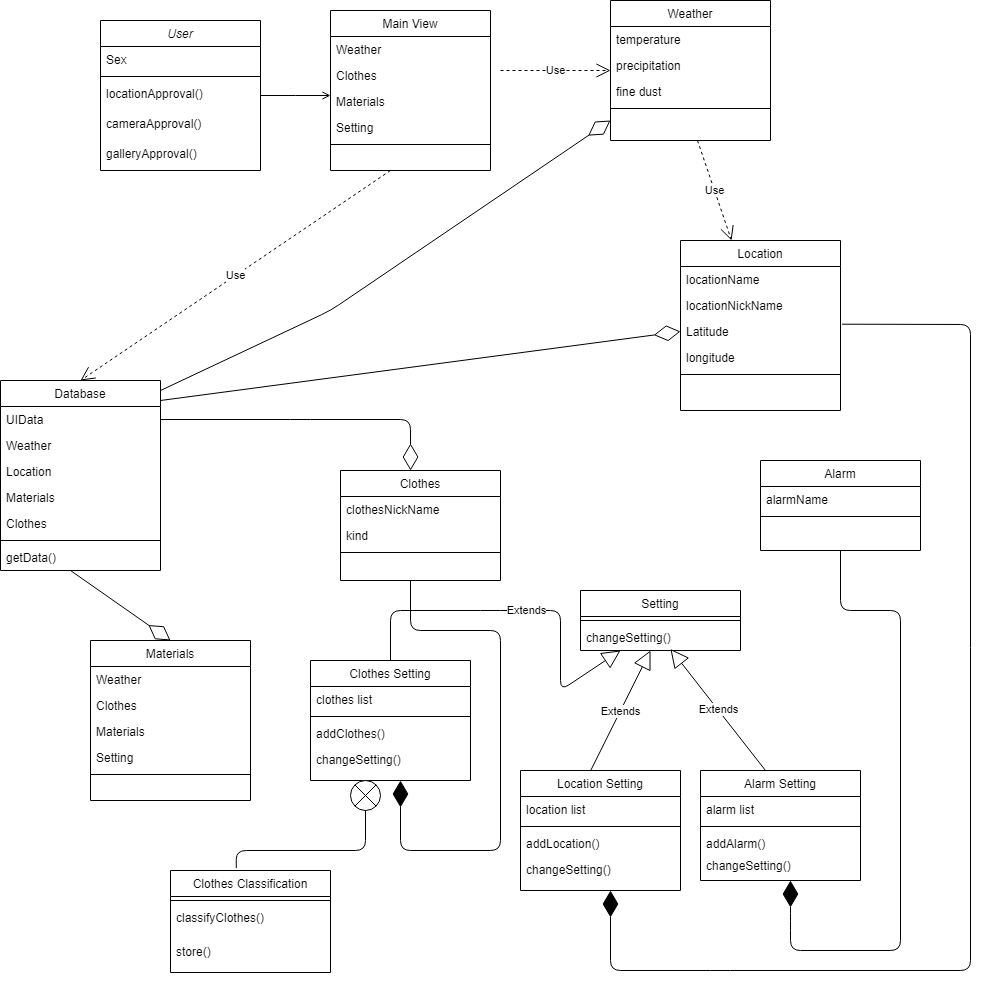
kong430/Moning-diagram keeps this draw.io diagram as class1.png. Above is the earlier version. Source tidied: cells renumbered, new cells last; positions are measured from the earlier drawing's top-left corner, leaving out a move shared by most shapes.
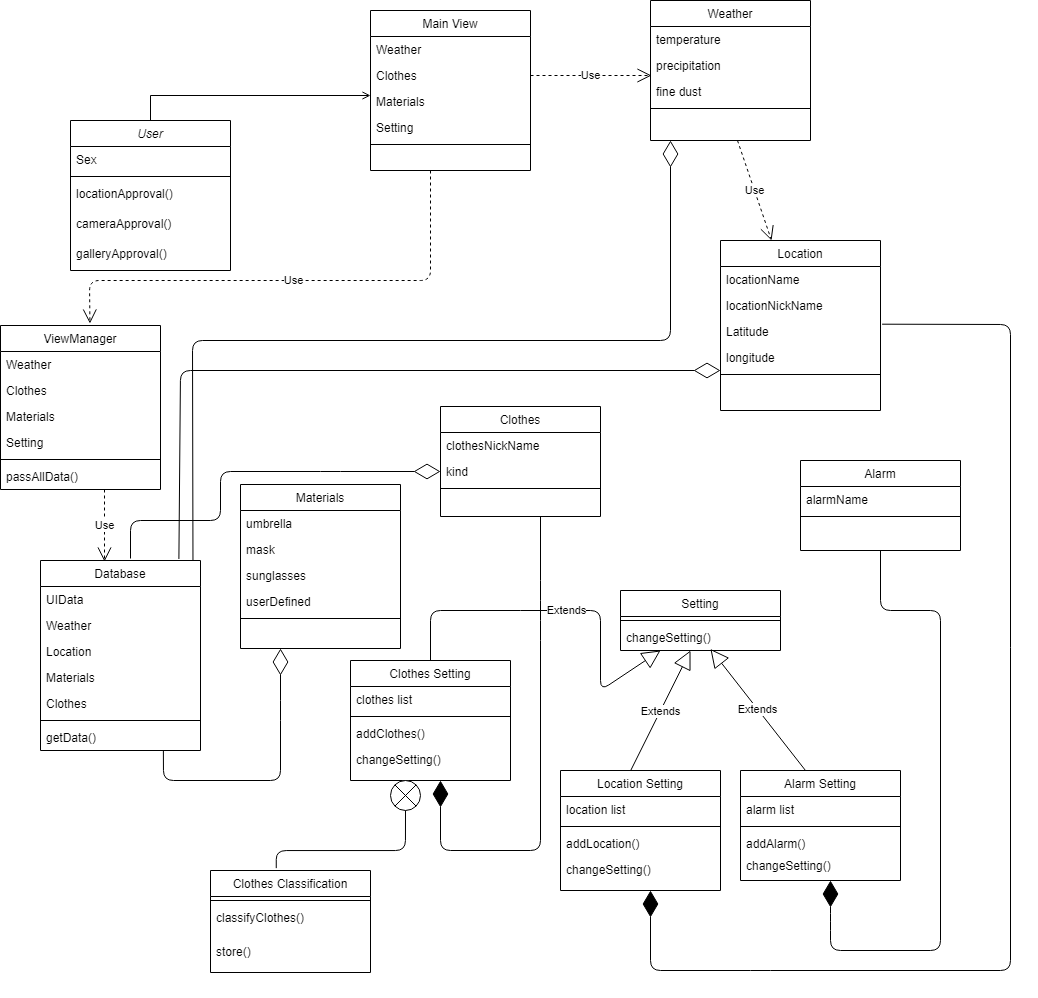
The same file after the commit.

Change to the diagram source:
```diff
@@ -3,7 +3,7 @@
     <mxCell id="0" />
     <mxCell id="1" parent="0" />
     <mxCell id="2" value="User" style="swimlane;fontStyle=2;align=center;verticalAlign=top;horizontal=1;startSize=26;rounded=0;shadow=0;strokeWidth=1;" parent="1" vertex="1">
-      <mxGeometry x="100" y="20" width="160" height="150" as="geometry" />
+      <mxGeometry x="30" y="120" width="160" height="150" as="geometry" />
     </mxCell>
     <mxCell id="3" value="Sex" style="text;align=left;verticalAlign=top;spacingLeft=4;spacingRight=4;overflow=hidden;" parent="2" vertex="1">
       <mxGeometry y="26" width="160" height="26" as="geometry" />
@@ -41,11 +41,14 @@
     <mxCell id="14" style="endArrow=open;shadow=0;strokeWidth=1;rounded=0;endFill=1;edgeStyle=elbowEdgeStyle;elbow=vertical;" parent="1" edge="1" source="2">
       <mxGeometry x="0.5" y="41" relative="1" as="geometry">
         <mxPoint x="330" y="95" as="targetPoint" />
+        <Array as="points">
+          <mxPoint x="200" y="95" />
+        </Array>
         <mxPoint x="-40" y="32" as="offset" />
       </mxGeometry>
     </mxCell>
     <mxCell id="15" value="Clothes" style="swimlane;fontStyle=0;align=center;verticalAlign=top;horizontal=1;startSize=26;rounded=0;shadow=0;strokeWidth=1;" parent="1" vertex="1">
-      <mxGeometry x="340" y="470" width="160" height="110" as="geometry" />
+      <mxGeometry x="400" y="406" width="160" height="110" as="geometry" />
     </mxCell>
     <mxCell id="16" value="clothesNickName" style="text;align=left;verticalAlign=top;spacingLeft=4;spacingRight=4;overflow=hidden;" parent="15" vertex="1">
       <mxGeometry y="26" width="160" height="26" as="geometry" />
@@ -88,12 +91,6 @@
     <mxCell id="28" value="precipitation" style="text;align=left;verticalAlign=top;spacingLeft=4;spacingRight=4;overflow=hidden;points=[[0,0.5],[1,0.5]];portConstraint=eastwest;rounded=0;shadow=0;html=0;" parent="26" vertex="1">
       <mxGeometry y="52" width="160" height="26" as="geometry" />
     </mxCell>
-    <mxCell id="29" value="Use" style="endArrow=open;endSize=12;dashed=1;html=1;" parent="26" edge="1">
-      <mxGeometry relative="1" as="geometry">
-        <mxPoint x="-110" y="70" as="sourcePoint" />
-        <mxPoint y="70" as="targetPoint" />
-      </mxGeometry>
-    </mxCell>
     <mxCell id="30" value="fine dust" style="text;align=left;verticalAlign=top;spacingLeft=4;spacingRight=4;overflow=hidden;rounded=0;shadow=0;html=0;" parent="26" vertex="1">
       <mxGeometry y="78" width="160" height="26" as="geometry" />
     </mxCell>
@@ -101,26 +98,30 @@
       <mxGeometry y="104" width="160" height="8" as="geometry" />
     </mxCell>
     <mxCell id="32" value="Materials" style="swimlane;fontStyle=0;align=center;verticalAlign=top;horizontal=1;startSize=26;rounded=0;shadow=0;strokeWidth=1;" parent="1" vertex="1">
-      <mxGeometry x="90" y="640" width="160" height="160" as="geometry" />
+      <mxGeometry x="200" y="484" width="160" height="164" as="geometry" />
     </mxCell>
-    <mxCell id="33" value="Weather" style="text;align=left;verticalAlign=top;spacingLeft=4;spacingRight=4;overflow=hidden;" parent="32" vertex="1">
+    <mxCell id="33" value="umbrella" style="text;align=left;verticalAlign=top;spacingLeft=4;spacingRight=4;overflow=hidden;" parent="32" vertex="1">
       <mxGeometry y="26" width="160" height="26" as="geometry" />
     </mxCell>
-    <mxCell id="34" value="Clothes" style="text;align=left;verticalAlign=top;spacingLeft=4;spacingRight=4;overflow=hidden;rounded=0;shadow=0;html=0;" parent="32" vertex="1">
+    <mxCell id="34" value="mask" style="text;align=left;verticalAlign=top;spacingLeft=4;spacingRight=4;overflow=hidden;rounded=0;shadow=0;html=0;" parent="32" vertex="1">
       <mxGeometry y="52" width="160" height="26" as="geometry" />
     </mxCell>
-    <mxCell id="35" value="Materials" style="text;align=left;verticalAlign=top;spacingLeft=4;spacingRight=4;overflow=hidden;rounded=0;shadow=0;html=0;" parent="32" vertex="1">
+    <mxCell id="35" value="sunglasses" style="text;align=left;verticalAlign=top;spacingLeft=4;spacingRight=4;overflow=hidden;rounded=0;shadow=0;html=0;" parent="32" vertex="1">
       <mxGeometry y="78" width="160" height="26" as="geometry" />
     </mxCell>
-    <mxCell id="36" value="Setting" style="text;align=left;verticalAlign=top;spacingLeft=4;spacingRight=4;overflow=hidden;rounded=0;shadow=0;html=0;" parent="32" vertex="1">
+    <mxCell id="36" value="userDefined" style="text;align=left;verticalAlign=top;spacingLeft=4;spacingRight=4;overflow=hidden;rounded=0;shadow=0;html=0;" parent="32" vertex="1">
       <mxGeometry y="104" width="160" height="26" as="geometry" />
     </mxCell>
     <mxCell id="37" style="line;html=1;strokeWidth=1;align=left;verticalAlign=middle;spacingTop=-1;spacingLeft=3;spacingRight=3;labelPosition=right;" parent="32" vertex="1">
       <mxGeometry y="130" width="160" height="8" as="geometry" />
     </mxCell>
-    <mxCell id="38" value="Use" style="endArrow=open;endSize=12;dashed=1;html=1;entryX=0.5;entryY=0;entryDx=0;entryDy=0;" parent="1" edge="1" target="72">
+    <mxCell id="38" value="Use" style="endArrow=open;endSize=12;dashed=1;html=1;entryX=0.559;entryY=-0.012;entryDx=0;entryDy=0;entryPerimeter=0;" parent="1" edge="1" target="84">
       <mxGeometry relative="1" as="geometry">
         <mxPoint x="390" y="170" as="sourcePoint" />
+        <Array as="points">
+          <mxPoint x="390" y="280" />
+          <mxPoint x="49" y="280" />
+        </Array>
       </mxGeometry>
     </mxCell>
     <mxCell id="39" value="Setting" style="swimlane;fontStyle=0;align=center;verticalAlign=top;horizontal=1;startSize=26;rounded=0;shadow=0;strokeWidth=1;" parent="1" vertex="1">
@@ -221,10 +222,10 @@
     </mxCell>
     <mxCell id="64" style="endArrow=diamondThin;endFill=1;endSize=24;html=1;" parent="1" edge="1">
       <mxGeometry relative="1" as="geometry">
-        <mxPoint x="410" y="580" as="sourcePoint" />
+        <mxPoint x="500" y="516" as="sourcePoint" />
         <mxPoint x="400" y="780" as="targetPoint" />
         <Array as="points">
-          <mxPoint x="410" y="630" />
+          <mxPoint x="500" y="590" />
           <mxPoint x="500" y="630" />
           <mxPoint x="500" y="850" />
           <mxPoint x="400" y="850" />
@@ -265,7 +266,7 @@
       </mxGeometry>
     </mxCell>
     <mxCell id="72" value="Database" style="swimlane;fontStyle=0;align=center;verticalAlign=top;horizontal=1;startSize=26;rounded=0;shadow=0;strokeWidth=1;" parent="1" vertex="1">
-      <mxGeometry y="380" width="160" height="190" as="geometry" />
+      <mxGeometry y="560" width="160" height="190" as="geometry" />
     </mxCell>
     <mxCell id="73" value="UIData" style="text;align=left;verticalAlign=top;spacingLeft=4;spacingRight=4;overflow=hidden;points=[[0,0.5],[1,0.5]];portConstraint=eastwest;rounded=0;shadow=0;html=0;" parent="72" vertex="1">
       <mxGeometry y="26" width="160" height="26" as="geometry" />
@@ -288,32 +289,72 @@
     <mxCell id="79" value="getData()" style="text;align=left;verticalAlign=top;spacingLeft=4;spacingRight=4;overflow=hidden;points=[[0,0.5],[1,0.5]];portConstraint=eastwest;rounded=0;shadow=0;html=0;" parent="72" vertex="1">
       <mxGeometry y="164" width="160" height="26" as="geometry" />
     </mxCell>
-    <mxCell id="80" style="endArrow=diamondThin;endFill=0;endSize=24;html=1;entryX=0.438;entryY=0;entryDx=0;entryDy=0;entryPerimeter=0;exitX=1;exitY=0.5;exitDx=0;exitDy=0;" parent="1" edge="1" source="73" target="15">
+    <mxCell id="80" style="endArrow=diamondThin;endFill=0;endSize=24;html=1;entryX=0;entryY=0.5;entryDx=0;entryDy=0;" parent="1" edge="1" target="17">
       <mxGeometry relative="1" as="geometry">
+        <mxPoint x="90" y="558" as="sourcePoint" />
         <Array as="points">
-          <mxPoint x="300" y="419" />
-          <mxPoint x="410" y="419" />
+          <mxPoint x="90" y="520" />
+          <mxPoint x="180" y="520" />
+          <mxPoint x="180" y="471" />
+          <mxPoint x="290" y="471" />
         </Array>
       </mxGeometry>
     </mxCell>
-    <mxCell id="81" style="endArrow=diamondThin;endFill=0;endSize=24;html=1;exitX=1;exitY=0.5;exitDx=0;exitDy=0;" parent="1" edge="1">
+    <mxCell id="81" style="endArrow=diamondThin;endFill=0;endSize=24;html=1;exitX=0.953;exitY=-0.002;exitDx=0;exitDy=0;exitPerimeter=0;" parent="1" edge="1" source="72">
       <mxGeometry relative="1" as="geometry">
-        <mxPoint x="160" y="390" as="sourcePoint" />
-        <mxPoint x="610" y="120" as="targetPoint" />
+        <mxPoint x="630" y="140" as="targetPoint" />
         <Array as="points">
-          <mxPoint x="330" y="310" />
+          <mxPoint x="152" y="340" />
+          <mxPoint x="630" y="340" />
         </Array>
       </mxGeometry>
     </mxCell>
-    <mxCell id="82" style="endArrow=diamondThin;endFill=0;endSize=24;html=1;entryX=0.5;entryY=0;entryDx=0;entryDy=0;" parent="1" edge="1" target="32">
+    <mxCell id="82" style="endArrow=diamondThin;endFill=0;endSize=24;html=1;exitX=0.768;exitY=0.987;exitDx=0;exitDy=0;exitPerimeter=0;entryX=0.25;entryY=1;entryDx=0;entryDy=0;" parent="1" edge="1" source="79" target="32">
       <mxGeometry relative="1" as="geometry">
-        <mxPoint x="70" y="570" as="sourcePoint" />
+        <Array as="points">
+          <mxPoint x="123" y="780" />
+          <mxPoint x="240" y="780" />
+          <mxPoint x="240" y="710" />
+        </Array>
       </mxGeometry>
     </mxCell>
-    <mxCell id="83" style="endArrow=diamondThin;endFill=0;endSize=24;html=1;entryX=0;entryY=0.5;entryDx=0;entryDy=0;" parent="1" edge="1" target="22">
+    <mxCell id="83" style="endArrow=diamondThin;endFill=0;endSize=24;html=1;exitX=0.865;exitY=-0.008;exitDx=0;exitDy=0;exitPerimeter=0;" parent="1" edge="1" source="72">
       <mxGeometry relative="1" as="geometry">
-        <mxPoint x="160" y="400" as="sourcePoint" />
+        <mxPoint x="680" y="370" as="targetPoint" />
+        <Array as="points">
+          <mxPoint x="140" y="370" />
+        </Array>
       </mxGeometry>
     </mxCell>
+    <mxCell id="29" value="Use" style="endArrow=open;endSize=12;dashed=1;html=1;exitX=1;exitY=0.5;exitDx=0;exitDy=0;entryX=0.006;entryY=0.885;entryDx=0;entryDy=0;entryPerimeter=0;" parent="1" edge="1" source="10" target="28">
+      <mxGeometry relative="1" as="geometry" />
+    </mxCell>
+    <mxCell id="84" value="ViewManager" style="swimlane;fontStyle=0;align=center;verticalAlign=top;horizontal=1;startSize=26;rounded=0;shadow=0;strokeWidth=1;" parent="1" vertex="1">
+      <mxGeometry x="-40" y="325" width="160" height="164" as="geometry" />
+    </mxCell>
+    <mxCell id="85" value="Weather" style="text;align=left;verticalAlign=top;spacingLeft=4;spacingRight=4;overflow=hidden;" parent="84" vertex="1">
+      <mxGeometry y="26" width="160" height="26" as="geometry" />
+    </mxCell>
+    <mxCell id="86" value="Clothes" style="text;align=left;verticalAlign=top;spacingLeft=4;spacingRight=4;overflow=hidden;rounded=0;shadow=0;html=0;" parent="84" vertex="1">
+      <mxGeometry y="52" width="160" height="26" as="geometry" />
+    </mxCell>
+    <mxCell id="87" value="Materials" style="text;align=left;verticalAlign=top;spacingLeft=4;spacingRight=4;overflow=hidden;rounded=0;shadow=0;html=0;" parent="84" vertex="1">
+      <mxGeometry y="78" width="160" height="26" as="geometry" />
+    </mxCell>
+    <mxCell id="88" value="Setting" style="text;align=left;verticalAlign=top;spacingLeft=4;spacingRight=4;overflow=hidden;rounded=0;shadow=0;html=0;" parent="84" vertex="1">
+      <mxGeometry y="104" width="160" height="26" as="geometry" />
+    </mxCell>
+    <mxCell id="89" style="line;html=1;strokeWidth=1;align=left;verticalAlign=middle;spacingTop=-1;spacingLeft=3;spacingRight=3;labelPosition=right;" parent="84" vertex="1">
+      <mxGeometry y="130" width="160" height="8" as="geometry" />
+    </mxCell>
+    <mxCell id="90" value="passAllData()" style="text;align=left;verticalAlign=top;spacingLeft=4;spacingRight=4;overflow=hidden;rounded=0;shadow=0;html=0;" parent="84" vertex="1">
+      <mxGeometry y="138" width="160" height="26" as="geometry" />
+    </mxCell>
+    <mxCell id="91" value="Use" style="endArrow=open;endSize=12;dashed=1;html=1;" parent="1" edge="1">
+      <mxGeometry relative="1" as="geometry">
+        <mxPoint x="64" y="489" as="sourcePoint" />
+        <mxPoint x="64" y="561" as="targetPoint" />
+      </mxGeometry>
+    </mxCell>
   </root>
 </mxGraphModel>
```
